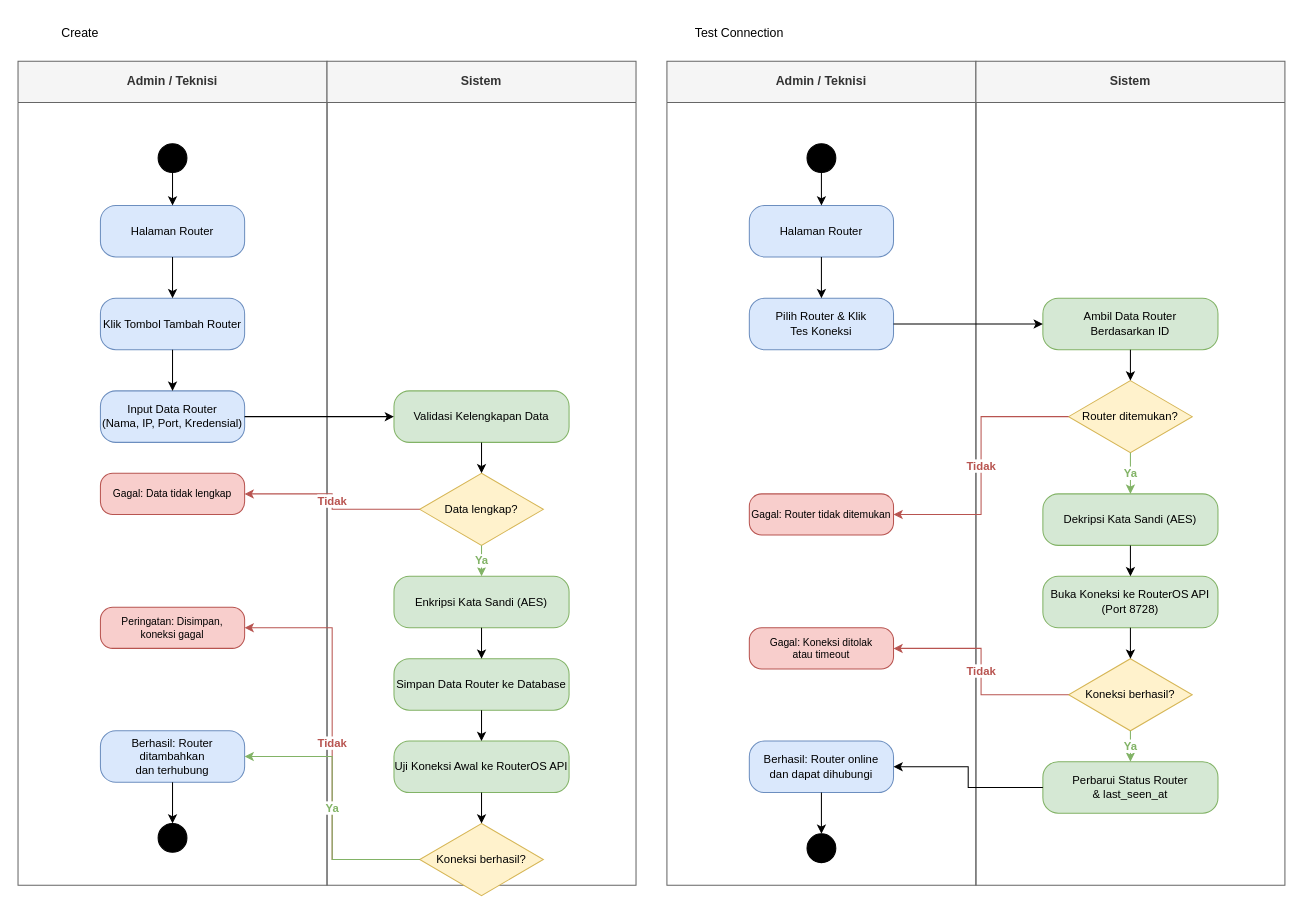
Above: diagram/activity/router.drawio in quiqxiq/mikmongo (draw.io), before the change. Source tidied: cells renumbered, new cells numbered last; positions are measured from the earlier drawing's top-left corner, leaving out a move shared by most shapes. Both pictures are drawn from the tidied source at 103%, with x=0, y=0 at pixel (18, 18).
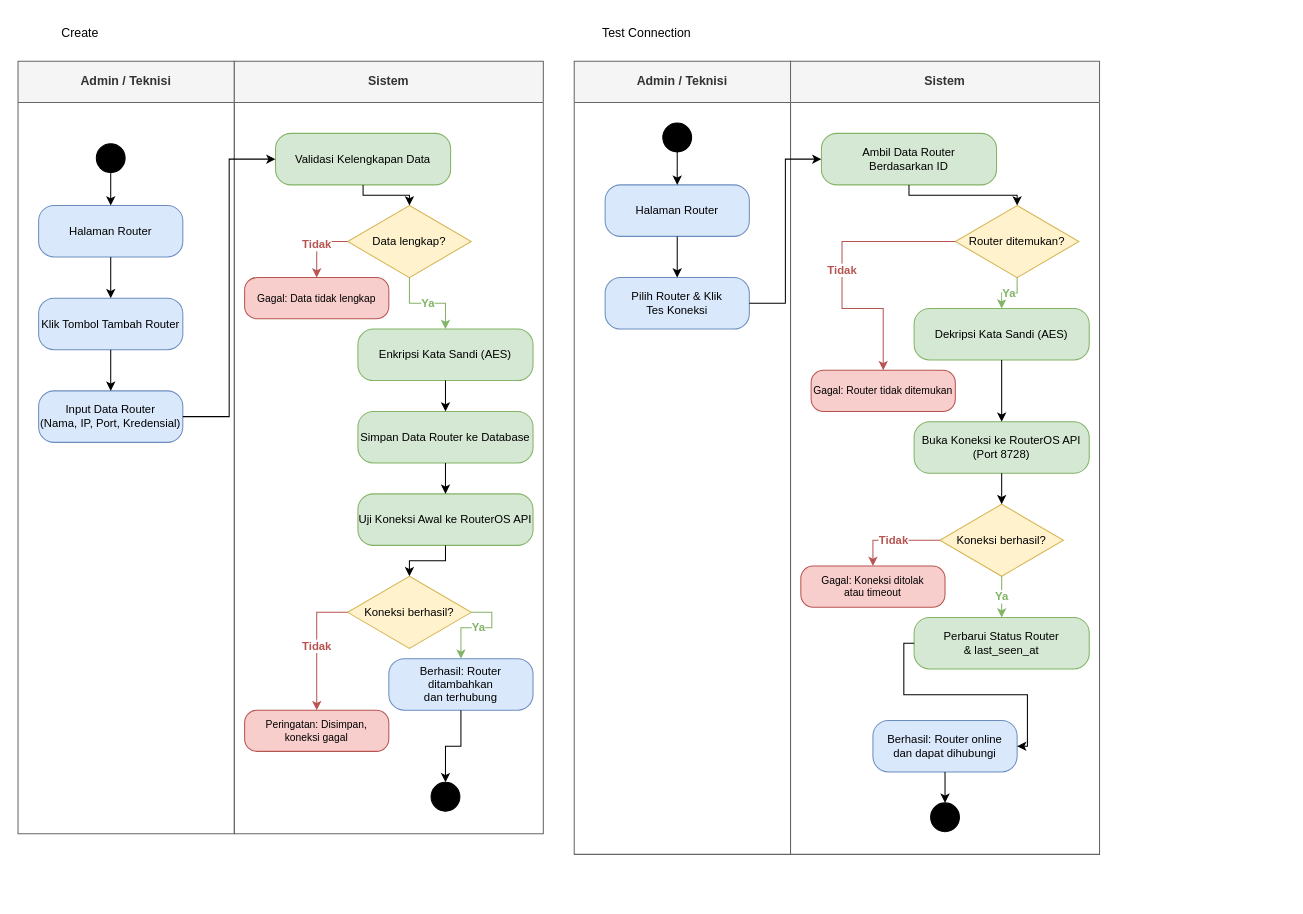
After the change.

Change to the diagram source:
```diff
@@
     <mxCell id="3" value="Admin / Teknisi" style="swimlane;whiteSpace=wrap;html=1;startSize=40;fillColor=#f5f5f5;fontColor=#333333;strokeColor=#666666;" parent="1" vertex="1">
-      <mxGeometry y="42" width="300" height="800" as="geometry" />
+      <mxGeometry y="42" width="210" height="750" as="geometry" />
     </mxCell>
     <mxCell id="4" style="ellipse;fillColor=#000000;strokeColor=#000000;" parent="3" vertex="1">
-      <mxGeometry x="136" y="80" width="28" height="28" as="geometry" />
+      <mxGeometry x="76" y="80" width="28" height="28" as="geometry" />
     </mxCell>
     <mxCell id="5" value="Halaman Router" style="rounded=1;whiteSpace=wrap;html=1;fillColor=#dae8fc;strokeColor=#6c8ebf;fontSize=11;arcSize=30;" parent="3" vertex="1">
-      <mxGeometry x="80" y="140" width="140" height="50" as="geometry" />
+      <mxGeometry x="20" y="140" width="140" height="50" as="geometry" />
     </mxCell>
     <mxCell id="6" value="Klik Tombol Tambah Router" style="rounded=1;whiteSpace=wrap;html=1;fillColor=#dae8fc;strokeColor=#6c8ebf;fontSize=11;arcSize=30;" parent="3" vertex="1">
-      <mxGeometry x="80" y="230" width="140" height="50" as="geometry" />
+      <mxGeometry x="20" y="230" width="140" height="50" as="geometry" />
     </mxCell>
     <mxCell id="7" value="Input Data Router&#10;(Nama, IP, Port, Kredensial)" style="rounded=1;whiteSpace=wrap;html=1;fillColor=#dae8fc;strokeColor=#6c8ebf;fontSize=11;arcSize=30;" parent="3" vertex="1">
-      <mxGeometry x="80" y="320" width="140" height="50" as="geometry" />
+      <mxGeometry x="20" y="320" width="140" height="50" as="geometry" />
     </mxCell>
-    <mxCell id="8" value="Gagal: Data tidak lengkap" style="rounded=1;whiteSpace=wrap;html=1;fillColor=#f8cecc;strokeColor=#b85450;fontSize=10;arcSize=30;" parent="3" vertex="1">
-      <mxGeometry x="80" y="400" width="140" height="40" as="geometry" />
-    </mxCell>
-    <mxCell id="9" value="Peringatan: Disimpan,&#10;koneksi gagal" style="rounded=1;whiteSpace=wrap;html=1;fillColor=#f8cecc;strokeColor=#b85450;fontSize=10;arcSize=30;" parent="3" vertex="1">
-      <mxGeometry x="80" y="530" width="140" height="40" as="geometry" />
-    </mxCell>
-    <mxCell id="10" value="Berhasil: Router ditambahkan&#10;dan terhubung" style="rounded=1;whiteSpace=wrap;html=1;fillColor=#dae8fc;strokeColor=#6c8ebf;fontSize=11;arcSize=30;" parent="3" vertex="1">
-      <mxGeometry x="80" y="650" width="140" height="50" as="geometry" />
-    </mxCell>
-    <mxCell id="11" style="shape=doubleEllipse;fillColor=#000000;strokeColor=#000000;" parent="3" vertex="1">
-      <mxGeometry x="136" y="740" width="28" height="28" as="geometry" />
-    </mxCell>
@@
-    <mxCell id="15" style="edgeStyle=orthogonalEdgeStyle;rounded=0;html=1;" parent="3" edge="1" source="10" target="11">
-      <mxGeometry relative="1" as="geometry" />
-    </mxCell>
     <mxCell id="16" value="Sistem" style="swimlane;whiteSpace=wrap;html=1;startSize=40;fillColor=#f5f5f5;fontColor=#333333;strokeColor=#666666;" parent="1" vertex="1">
-      <mxGeometry x="300" y="42" width="300" height="800" as="geometry" />
+      <mxGeometry x="210" y="42" width="300" height="750" as="geometry" />
     </mxCell>
     <mxCell id="17" value="Validasi Kelengkapan Data" style="rounded=1;whiteSpace=wrap;html=1;fillColor=#d5e8d4;strokeColor=#82b366;fontSize=11;arcSize=30;" parent="16" vertex="1">
-      <mxGeometry x="65" y="320" width="170" height="50" as="geometry" />
+      <mxGeometry x="40" y="70" width="170" height="50" as="geometry" />
     </mxCell>
     <mxCell id="18" value="Data lengkap?" style="rhombus;whiteSpace=wrap;html=1;fillColor=#fff2cc;strokeColor=#d6b656;fontSize=11;" parent="16" vertex="1">
-      <mxGeometry x="90" y="400" width="120" height="70" as="geometry" />
+      <mxGeometry x="110" y="140" width="120" height="70" as="geometry" />
     </mxCell>
     <mxCell id="19" value="Enkripsi Kata Sandi (AES)" style="rounded=1;whiteSpace=wrap;html=1;fillColor=#d5e8d4;strokeColor=#82b366;fontSize=11;arcSize=30;" parent="16" vertex="1">
-      <mxGeometry x="65" y="500" width="170" height="50" as="geometry" />
+      <mxGeometry x="120" y="260" width="170" height="50" as="geometry" />
     </mxCell>
     <mxCell id="20" value="Simpan Data Router ke Database" style="rounded=1;whiteSpace=wrap;html=1;fillColor=#d5e8d4;strokeColor=#82b366;fontSize=11;arcSize=30;" parent="16" vertex="1">
-      <mxGeometry x="65" y="580" width="170" height="50" as="geometry" />
+      <mxGeometry x="120" y="340" width="170" height="50" as="geometry" />
     </mxCell>
     <mxCell id="21" value="Uji Koneksi Awal ke RouterOS API" style="rounded=1;whiteSpace=wrap;html=1;fillColor=#d5e8d4;strokeColor=#82b366;fontSize=11;arcSize=30;" parent="16" vertex="1">
-      <mxGeometry x="65" y="660" width="170" height="50" as="geometry" />
+      <mxGeometry x="120" y="420" width="170" height="50" as="geometry" />
     </mxCell>
     <mxCell id="22" value="Koneksi berhasil?" style="rhombus;whiteSpace=wrap;html=1;fillColor=#fff2cc;strokeColor=#d6b656;fontSize=11;" parent="16" vertex="1">
-      <mxGeometry x="90" y="740" width="120" height="70" as="geometry" />
+      <mxGeometry x="110" y="500" width="120" height="70" as="geometry" />
     </mxCell>
@@
+    <mxCell id="8" value="Gagal: Data tidak lengkap" style="rounded=1;whiteSpace=wrap;html=1;fillColor=#f8cecc;strokeColor=#b85450;fontSize=10;arcSize=30;" parent="16" vertex="1">
+      <mxGeometry x="10" y="210" width="140" height="40" as="geometry" />
+    </mxCell>
+    <mxCell id="29" value="Tidak" style="edgeStyle=orthogonalEdgeStyle;rounded=0;html=1;strokeColor=#b85450;fontColor=#b85450;fontStyle=1;exitX=0;exitY=0.5;exitDx=0;exitDy=0;entryX=0.5;entryY=0;entryDx=0;entryDy=0;" parent="16" edge="1" source="18" target="8">
+      <mxGeometry relative="1" as="geometry" />
+    </mxCell>
+    <mxCell id="10" value="Berhasil: Router ditambahkan&#10;dan terhubung" style="rounded=1;whiteSpace=wrap;html=1;fillColor=#dae8fc;strokeColor=#6c8ebf;fontSize=11;arcSize=30;" parent="16" vertex="1">
+      <mxGeometry x="150" y="580" width="140" height="50" as="geometry" />
+    </mxCell>
+    <mxCell id="31" value="Ya" style="edgeStyle=orthogonalEdgeStyle;rounded=0;html=1;strokeColor=#82b366;fontColor=#82b366;fontStyle=1;exitX=1;exitY=0.5;exitDx=0;exitDy=0;entryX=0.5;entryY=0;entryDx=0;entryDy=0;" parent="16" edge="1" source="22" target="10">
+      <mxGeometry relative="1" as="geometry">
+        <Array as="points">
+          <mxPoint x="250" y="535" />
+          <mxPoint x="250" y="550" />
+          <mxPoint x="220" y="550" />
+        </Array>
+      </mxGeometry>
+    </mxCell>
+    <mxCell id="11" style="shape=doubleEllipse;fillColor=#000000;strokeColor=#000000;" parent="16" vertex="1">
+      <mxGeometry x="191" y="700" width="28" height="28" as="geometry" />
+    </mxCell>
+    <mxCell id="15" style="edgeStyle=orthogonalEdgeStyle;rounded=0;html=1;" parent="16" edge="1" source="10" target="11">
+      <mxGeometry relative="1" as="geometry" />
+    </mxCell>
+    <mxCell id="9" value="Peringatan: Disimpan,&#10;koneksi gagal" style="rounded=1;whiteSpace=wrap;html=1;fillColor=#f8cecc;strokeColor=#b85450;fontSize=10;arcSize=30;" parent="16" vertex="1">
+      <mxGeometry x="10" y="630" width="140" height="40" as="geometry" />
+    </mxCell>
+    <mxCell id="30" value="Tidak" style="edgeStyle=orthogonalEdgeStyle;rounded=0;html=1;strokeColor=#b85450;fontColor=#b85450;fontStyle=1;exitX=0;exitY=0.5;exitDx=0;exitDy=0;entryX=0.5;entryY=0;entryDx=0;entryDy=0;" parent="16" edge="1" source="22" target="9">
+      <mxGeometry relative="1" as="geometry" />
+    </mxCell>
@@
-    <mxCell id="29" value="Tidak" style="edgeStyle=orthogonalEdgeStyle;rounded=0;html=1;strokeColor=#b85450;fontColor=#b85450;fontStyle=1;exitX=0;exitY=0.5;exitDx=0;exitDy=0;entryX=1;entryY=0.5;entryDx=0;entryDy=0;" parent="1" edge="1" source="18" target="8">
-      <mxGeometry relative="1" as="geometry" />
-    </mxCell>
-    <mxCell id="30" value="Tidak" style="edgeStyle=orthogonalEdgeStyle;rounded=0;html=1;strokeColor=#b85450;fontColor=#b85450;fontStyle=1;exitX=0;exitY=0.5;exitDx=0;exitDy=0;entryX=1;entryY=0.5;entryDx=0;entryDy=0;" parent="1" edge="1" source="22" target="9">
-      <mxGeometry relative="1" as="geometry" />
-    </mxCell>
-    <mxCell id="31" value="Ya" style="edgeStyle=orthogonalEdgeStyle;rounded=0;html=1;strokeColor=#82b366;fontColor=#82b366;fontStyle=1;exitX=0;exitY=0.5;exitDx=0;exitDy=0;entryX=1;entryY=0.5;entryDx=0;entryDy=0;" parent="1" edge="1" source="22" target="10">
-      <mxGeometry relative="1" as="geometry" />
-    </mxCell>
     <mxCell id="32" value="Test Connection" style="text;html=1;align=center;verticalAlign=middle;strokeColor=none;fillColor=none;" parent="1" vertex="1">
-      <mxGeometry x="640" width="120" height="30" as="geometry" />
+      <mxGeometry x="550" width="120" height="30" as="geometry" />
     </mxCell>
     <mxCell id="33" value="Admin / Teknisi" style="swimlane;whiteSpace=wrap;html=1;startSize=40;fillColor=#f5f5f5;fontColor=#333333;strokeColor=#666666;" parent="1" vertex="1">
-      <mxGeometry x="630" y="42" width="300" height="800" as="geometry" />
+      <mxGeometry x="540" y="42" width="210" height="770" as="geometry" />
     </mxCell>
     <mxCell id="34" style="ellipse;fillColor=#000000;strokeColor=#000000;" parent="33" vertex="1">
-      <mxGeometry x="136" y="80" width="28" height="28" as="geometry" />
+      <mxGeometry x="86" y="60" width="28" height="28" as="geometry" />
     </mxCell>
     <mxCell id="35" value="Halaman Router" style="rounded=1;whiteSpace=wrap;html=1;fillColor=#dae8fc;strokeColor=#6c8ebf;fontSize=11;arcSize=30;" parent="33" vertex="1">
-      <mxGeometry x="80" y="140" width="140" height="50" as="geometry" />
+      <mxGeometry x="30" y="120" width="140" height="50" as="geometry" />
     </mxCell>
     <mxCell id="36" value="Pilih Router &amp; Klik&#10;Tes Koneksi" style="rounded=1;whiteSpace=wrap;html=1;fillColor=#dae8fc;strokeColor=#6c8ebf;fontSize=11;arcSize=30;" parent="33" vertex="1">
-      <mxGeometry x="80" y="230" width="140" height="50" as="geometry" />
+      <mxGeometry x="30" y="210" width="140" height="50" as="geometry" />
     </mxCell>
-    <mxCell id="37" value="Gagal: Router tidak ditemukan" style="rounded=1;whiteSpace=wrap;html=1;fillColor=#f8cecc;strokeColor=#b85450;fontSize=10;arcSize=30;" parent="33" vertex="1">
-      <mxGeometry x="80" y="420" width="140" height="40" as="geometry" />
-    </mxCell>
-    <mxCell id="38" value="Gagal: Koneksi ditolak&#10;atau timeout" style="rounded=1;whiteSpace=wrap;html=1;fillColor=#f8cecc;strokeColor=#b85450;fontSize=10;arcSize=30;" parent="33" vertex="1">
-      <mxGeometry x="80" y="550" width="140" height="40" as="geometry" />
-    </mxCell>
-    <mxCell id="39" value="Berhasil: Router online&#10;dan dapat dihubungi" style="rounded=1;whiteSpace=wrap;html=1;fillColor=#dae8fc;strokeColor=#6c8ebf;fontSize=11;arcSize=30;" parent="33" vertex="1">
-      <mxGeometry x="80" y="660" width="140" height="50" as="geometry" />
-    </mxCell>
-    <mxCell id="40" style="shape=doubleEllipse;fillColor=#000000;strokeColor=#000000;" parent="33" vertex="1">
-      <mxGeometry x="136" y="750" width="28" height="28" as="geometry" />
-    </mxCell>
@@
-    <mxCell id="43" style="edgeStyle=orthogonalEdgeStyle;rounded=0;html=1;" parent="33" edge="1" source="39" target="40">
-      <mxGeometry relative="1" as="geometry" />
-    </mxCell>
     <mxCell id="44" value="Sistem" style="swimlane;whiteSpace=wrap;html=1;startSize=40;fillColor=#f5f5f5;fontColor=#333333;strokeColor=#666666;" parent="1" vertex="1">
-      <mxGeometry x="930" y="42" width="300" height="800" as="geometry" />
+      <mxGeometry x="750" y="42" width="300" height="770" as="geometry" />
     </mxCell>
     <mxCell id="45" value="Ambil Data Router&#10;Berdasarkan ID" style="rounded=1;whiteSpace=wrap;html=1;fillColor=#d5e8d4;strokeColor=#82b366;fontSize=11;arcSize=30;" parent="44" vertex="1">
-      <mxGeometry x="65" y="230" width="170" height="50" as="geometry" />
+      <mxGeometry x="30" y="70" width="170" height="50" as="geometry" />
     </mxCell>
     <mxCell id="46" value="Router ditemukan?" style="rhombus;whiteSpace=wrap;html=1;fillColor=#fff2cc;strokeColor=#d6b656;fontSize=11;" parent="44" vertex="1">
-      <mxGeometry x="90" y="310" width="120" height="70" as="geometry" />
+      <mxGeometry x="160" y="140" width="120" height="70" as="geometry" />
     </mxCell>
     <mxCell id="47" value="Dekripsi Kata Sandi (AES)" style="rounded=1;whiteSpace=wrap;html=1;fillColor=#d5e8d4;strokeColor=#82b366;fontSize=11;arcSize=30;" parent="44" vertex="1">
-      <mxGeometry x="65" y="420" width="170" height="50" as="geometry" />
+      <mxGeometry x="120" y="240" width="170" height="50" as="geometry" />
     </mxCell>
     <mxCell id="48" value="Buka Koneksi ke RouterOS API&#10;(Port 8728)" style="rounded=1;whiteSpace=wrap;html=1;fillColor=#d5e8d4;strokeColor=#82b366;fontSize=11;arcSize=30;" parent="44" vertex="1">
-      <mxGeometry x="65" y="500" width="170" height="50" as="geometry" />
+      <mxGeometry x="120" y="350" width="170" height="50" as="geometry" />
     </mxCell>
     <mxCell id="49" value="Koneksi berhasil?" style="rhombus;whiteSpace=wrap;html=1;fillColor=#fff2cc;strokeColor=#d6b656;fontSize=11;" parent="44" vertex="1">
-      <mxGeometry x="90" y="580" width="120" height="70" as="geometry" />
+      <mxGeometry x="145" y="430" width="120" height="70" as="geometry" />
     </mxCell>
     <mxCell id="50" value="Perbarui Status Router&#10;&amp; last_seen_at" style="rounded=1;whiteSpace=wrap;html=1;fillColor=#d5e8d4;strokeColor=#82b366;fontSize=11;arcSize=30;" parent="44" vertex="1">
-      <mxGeometry x="65" y="680" width="170" height="50" as="geometry" />
+      <mxGeometry x="120" y="540" width="170" height="50" as="geometry" />
     </mxCell>
@@
+    <mxCell id="37" value="Gagal: Router tidak ditemukan" style="rounded=1;whiteSpace=wrap;html=1;fillColor=#f8cecc;strokeColor=#b85450;fontSize=10;arcSize=30;" parent="44" vertex="1">
+      <mxGeometry x="20" y="300" width="140" height="40" as="geometry" />
+    </mxCell>
+    <mxCell id="57" value="Tidak" style="edgeStyle=orthogonalEdgeStyle;rounded=0;html=1;strokeColor=#b85450;fontColor=#b85450;fontStyle=1;exitX=0;exitY=0.5;exitDx=0;exitDy=0;entryX=0.5;entryY=0;entryDx=0;entryDy=0;" parent="44" edge="1" source="46" target="37">
+      <mxGeometry relative="1" as="geometry">
+        <Array as="points">
+          <mxPoint x="50" y="175" />
+          <mxPoint x="50" y="240" />
+          <mxPoint x="90" y="240" />
+        </Array>
+      </mxGeometry>
+    </mxCell>
+    <mxCell id="38" value="Gagal: Koneksi ditolak&#10;atau timeout" style="rounded=1;whiteSpace=wrap;html=1;fillColor=#f8cecc;strokeColor=#b85450;fontSize=10;arcSize=30;" parent="44" vertex="1">
+      <mxGeometry x="10" y="490" width="140" height="40" as="geometry" />
+    </mxCell>
+    <mxCell id="58" value="Tidak" style="edgeStyle=orthogonalEdgeStyle;rounded=0;html=1;strokeColor=#b85450;fontColor=#b85450;fontStyle=1;exitX=0;exitY=0.5;exitDx=0;exitDy=0;entryX=0.5;entryY=0;entryDx=0;entryDy=0;" parent="44" edge="1" source="49" target="38">
+      <mxGeometry relative="1" as="geometry" />
+    </mxCell>
+    <mxCell id="39" value="Berhasil: Router online&#10;dan dapat dihubungi" style="rounded=1;whiteSpace=wrap;html=1;fillColor=#dae8fc;strokeColor=#6c8ebf;fontSize=11;arcSize=30;" parent="44" vertex="1">
+      <mxGeometry x="80" y="640" width="140" height="50" as="geometry" />
+    </mxCell>
+    <mxCell id="59" style="edgeStyle=orthogonalEdgeStyle;rounded=0;html=1;exitX=0;exitY=0.5;exitDx=0;exitDy=0;entryX=1;entryY=0.5;entryDx=0;entryDy=0;" parent="44" edge="1" source="50" target="39">
+      <mxGeometry relative="1" as="geometry" />
+    </mxCell>
+    <mxCell id="40" style="shape=doubleEllipse;fillColor=#000000;strokeColor=#000000;" parent="44" vertex="1">
+      <mxGeometry x="136" y="720" width="28" height="28" as="geometry" />
+    </mxCell>
+    <mxCell id="43" style="edgeStyle=orthogonalEdgeStyle;rounded=0;html=1;" parent="44" edge="1" source="39" target="40">
+      <mxGeometry relative="1" as="geometry" />
+    </mxCell>
@@
-    <mxCell id="57" value="Tidak" style="edgeStyle=orthogonalEdgeStyle;rounded=0;html=1;strokeColor=#b85450;fontColor=#b85450;fontStyle=1;exitX=0;exitY=0.5;exitDx=0;exitDy=0;entryX=1;entryY=0.5;entryDx=0;entryDy=0;" parent="1" edge="1" source="46" target="37">
-      <mxGeometry relative="1" as="geometry" />
-    </mxCell>
-    <mxCell id="58" value="Tidak" style="edgeStyle=orthogonalEdgeStyle;rounded=0;html=1;strokeColor=#b85450;fontColor=#b85450;fontStyle=1;exitX=0;exitY=0.5;exitDx=0;exitDy=0;entryX=1;entryY=0.5;entryDx=0;entryDy=0;" parent="1" edge="1" source="49" target="38">
-      <mxGeometry relative="1" as="geometry" />
-    </mxCell>
-    <mxCell id="59" style="edgeStyle=orthogonalEdgeStyle;rounded=0;html=1;exitX=0;exitY=0.5;exitDx=0;exitDy=0;entryX=1;entryY=0.5;entryDx=0;entryDy=0;" parent="1" edge="1" source="50" target="39">
-      <mxGeometry relative="1" as="geometry" />
-    </mxCell>
```
